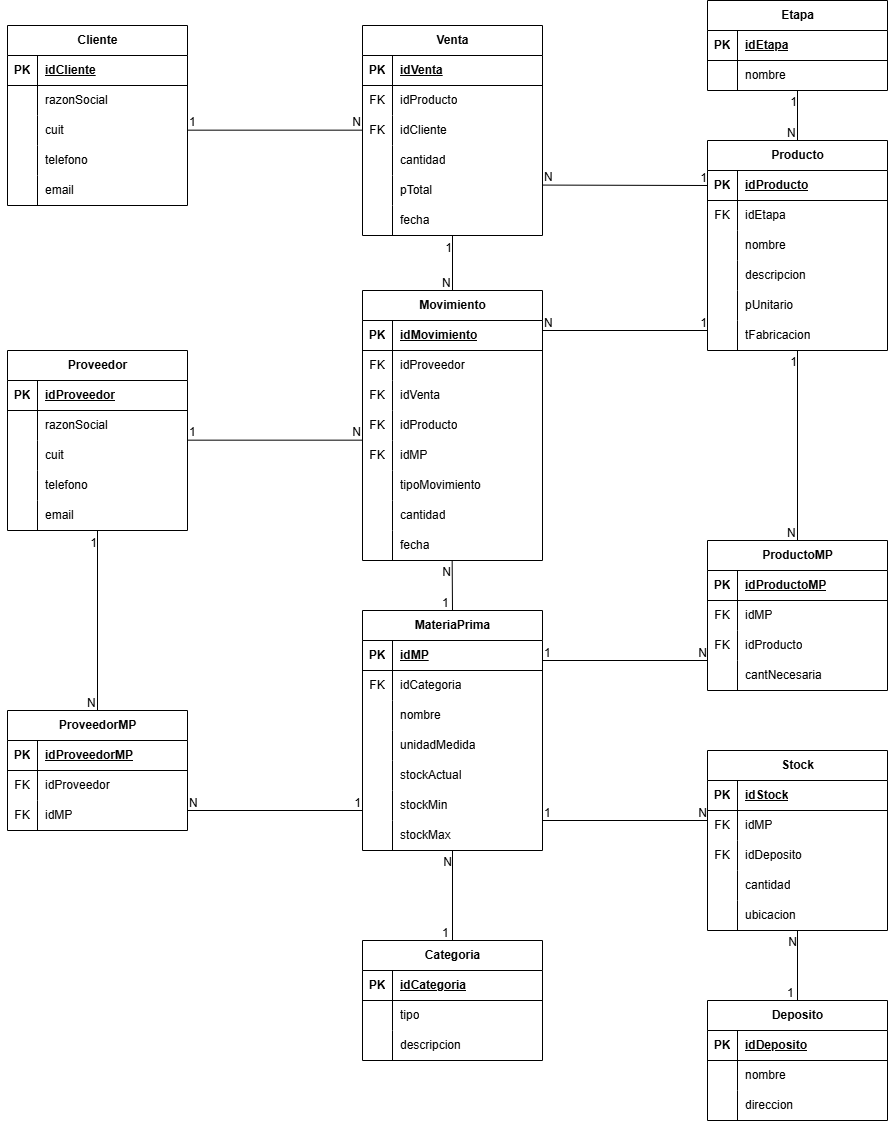
This is diagramas/modelo_logico.png from FacundoMuruchi/BD-Fabrica-Metalurgica, a draw.io export, as it was before one commit. Source tidied: cells renumbered, new cells last; positions are measured from the earlier drawing's top-left corner, leaving out a move shared by most shapes.
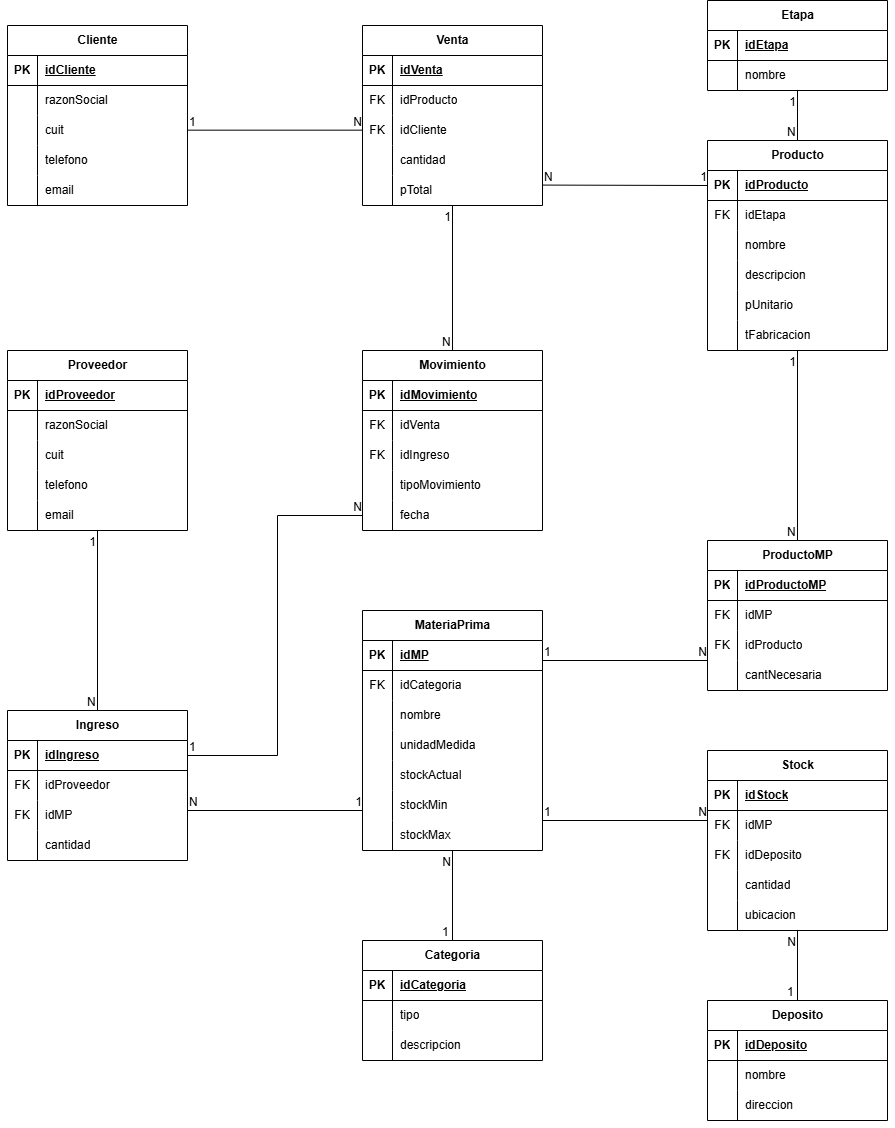
Later version of the same file.

Change to the diagram source:
```diff
@@ -176,8 +176,8 @@
     <mxCell id="59" value="direccion" style="shape=partialRectangle;fillColor=none;top=0;left=0;bottom=0;right=0;align=left;spacingLeft=6;overflow=hidden;whiteSpace=wrap;html=1;strokeWidth=11;" parent="57" vertex="1">
       <mxGeometry x="30" width="150" height="30" as="geometry" />
     </mxCell>
-    <mxCell id="60" value="ProveedorMP" style="shape=table;startSize=30;rowLines=0;fontStyle=1;align=center;html=1;" parent="1" vertex="1">
-      <mxGeometry y="710" width="180" height="120" as="geometry" />
+    <mxCell id="60" value="Ingreso" style="shape=table;startSize=30;rowLines=0;fontStyle=1;align=center;html=1;" parent="1" vertex="1">
+      <mxGeometry y="710" width="180" height="150" as="geometry" />
     </mxCell>
     <mxCell id="61" style="shape=tableRow;horizontal=0;startSize=0;swimlaneHead=0;swimlaneBody=0;fillColor=none;points=[[0,0.5],[1,0.5]];portConstraint=eastwest;top=0;left=0;right=0;bottom=1;" parent="60" vertex="1">
       <mxGeometry y="30" width="180" height="30" as="geometry" />
@@ -185,7 +185,7 @@
     <mxCell id="62" value="PK" style="shape=partialRectangle;fillColor=none;top=0;left=0;bottom=0;right=0;fontStyle=1;overflow=hidden;whiteSpace=wrap;html=1;" parent="61" vertex="1">
       <mxGeometry width="30" height="30" as="geometry" />
     </mxCell>
-    <mxCell id="63" value="idProveedorMP" style="shape=partialRectangle;fillColor=none;top=0;left=0;bottom=0;right=0;align=left;spacingLeft=6;fontStyle=5;overflow=hidden;whiteSpace=wrap;html=1;" parent="61" vertex="1">
+    <mxCell id="63" value="idIngreso" style="shape=partialRectangle;fillColor=none;top=0;left=0;bottom=0;right=0;align=left;spacingLeft=6;fontStyle=5;overflow=hidden;whiteSpace=wrap;html=1;" parent="61" vertex="1">
       <mxGeometry x="30" width="150" height="30" as="geometry" />
     </mxCell>
     <mxCell id="64" style="shape=tableRow;horizontal=0;startSize=0;swimlaneHead=0;swimlaneBody=0;fillColor=none;top=0;left=0;right=0;bottom=0;" parent="60" vertex="1">
@@ -206,6 +206,15 @@
     <mxCell id="69" value="idMP" style="shape=partialRectangle;fillColor=none;top=0;left=0;bottom=0;right=0;align=left;spacingLeft=6;overflow=hidden;whiteSpace=wrap;html=1;strokeWidth=11;" parent="67" vertex="1">
       <mxGeometry x="30" width="150" height="30" as="geometry" />
     </mxCell>
+    <mxCell id="227" style="shape=tableRow;horizontal=0;startSize=0;swimlaneHead=0;swimlaneBody=0;fillColor=none;top=0;left=0;right=0;bottom=0;strokeWidth=15;swimlaneFillColor=none;strokeColor=default;perimeterSpacing=12;dashed=1;dashPattern=8 8;" parent="60" vertex="1">
+      <mxGeometry y="120" width="180" height="30" as="geometry" />
+    </mxCell>
+    <mxCell id="228" style="shape=partialRectangle;fillColor=none;top=0;left=0;bottom=0;right=0;overflow=hidden;whiteSpace=wrap;html=1;" parent="227" vertex="1">
+      <mxGeometry width="30" height="30" as="geometry" />
+    </mxCell>
+    <mxCell id="184" value="cantidad" style="shape=partialRectangle;fillColor=none;top=0;left=0;bottom=0;right=0;align=left;spacingLeft=6;overflow=hidden;whiteSpace=wrap;html=1;strokeWidth=11;" parent="227" vertex="1">
+      <mxGeometry x="30" width="150" height="30" as="geometry" />
+    </mxCell>
     <mxCell id="70" value="Stock" style="shape=table;startSize=30;rowLines=0;fontStyle=1;align=center;html=1;" parent="1" vertex="1">
       <mxGeometry x="700" y="750" width="180" height="180" as="geometry" />
     </mxCell>
@@ -432,7 +441,7 @@
       <mxGeometry x="30" width="150" height="30" as="geometry" />
     </mxCell>
     <mxCell id="144" value="Venta" style="shape=table;startSize=30;rowLines=0;fontStyle=1;align=center;html=1;" parent="1" vertex="1">
-      <mxGeometry x="355" y="25" width="180" height="210" as="geometry" />
+      <mxGeometry x="355" y="25" width="180" height="180" as="geometry" />
     </mxCell>
     <mxCell id="145" style="shape=tableRow;horizontal=0;startSize=0;swimlaneHead=0;swimlaneBody=0;fillColor=none;top=0;left=0;right=0;bottom=1;" parent="144" vertex="1">
       <mxGeometry y="30" width="180" height="30" as="geometry" />
@@ -479,17 +488,8 @@
     <mxCell id="159" value="pTotal" style="shape=partialRectangle;fillColor=none;top=0;left=0;bottom=0;right=0;align=left;spacingLeft=6;overflow=hidden;whiteSpace=wrap;html=1;" parent="157" vertex="1">
       <mxGeometry x="30" width="150" height="30" as="geometry" />
     </mxCell>
-    <mxCell id="160" style="shape=tableRow;horizontal=0;startSize=0;swimlaneHead=0;swimlaneBody=0;fillColor=none;points=[[0,0.5],[1,0.5]];portConstraint=eastwest;top=0;left=0;right=0;bottom=0;" parent="144" vertex="1">
-      <mxGeometry y="180" width="180" height="30" as="geometry" />
-    </mxCell>
-    <mxCell id="161" style="shape=partialRectangle;fillColor=none;top=0;left=0;bottom=0;right=0;overflow=hidden;whiteSpace=wrap;html=1;" parent="160" vertex="1">
-      <mxGeometry width="30" height="30" as="geometry" />
-    </mxCell>
-    <mxCell id="162" value="fecha" style="shape=partialRectangle;fillColor=none;top=0;left=0;bottom=0;right=0;align=left;spacingLeft=6;overflow=hidden;whiteSpace=wrap;html=1;" parent="160" vertex="1">
-      <mxGeometry x="30" width="150" height="30" as="geometry" />
-    </mxCell>
     <mxCell id="163" value="Movimiento" style="shape=table;startSize=30;rowLines=0;fontStyle=1;align=center;html=1;" parent="1" vertex="1">
-      <mxGeometry x="355" y="290" width="180" height="270" as="geometry" />
+      <mxGeometry x="355" y="350" width="180" height="180" as="geometry" />
     </mxCell>
     <mxCell id="164" style="shape=tableRow;horizontal=0;startSize=0;swimlaneHead=0;swimlaneBody=0;fillColor=none;top=0;left=0;right=0;bottom=1;" parent="163" vertex="1">
       <mxGeometry y="30" width="180" height="30" as="geometry" />
@@ -500,17 +500,8 @@
     <mxCell id="166" value="idMovimiento" style="shape=partialRectangle;fillColor=none;top=0;left=0;bottom=0;right=0;align=left;spacingLeft=6;fontStyle=5;overflow=hidden;whiteSpace=wrap;html=1;" parent="164" vertex="1">
       <mxGeometry x="30" width="150" height="30" as="geometry" />
     </mxCell>
-    <mxCell id="167" style="shape=tableRow;horizontal=0;startSize=0;swimlaneHead=0;swimlaneBody=0;fillColor=none;top=0;left=0;right=0;bottom=0;" parent="163" vertex="1">
-      <mxGeometry y="60" width="180" height="30" as="geometry" />
-    </mxCell>
-    <mxCell id="168" value="FK" style="shape=partialRectangle;fillColor=none;top=0;left=0;bottom=0;right=0;overflow=hidden;whiteSpace=wrap;html=1;" parent="167" vertex="1">
-      <mxGeometry width="30" height="30" as="geometry" />
-    </mxCell>
-    <mxCell id="169" value="idProveedor" style="shape=partialRectangle;fillColor=none;top=0;left=0;bottom=0;right=0;align=left;spacingLeft=6;overflow=hidden;whiteSpace=wrap;html=1;" parent="167" vertex="1">
-      <mxGeometry x="30" width="150" height="30" as="geometry" />
-    </mxCell>
     <mxCell id="170" style="shape=tableRow;horizontal=0;startSize=0;swimlaneHead=0;swimlaneBody=0;fillColor=none;top=0;left=0;right=0;bottom=0;strokeWidth=15;swimlaneFillColor=none;strokeColor=default;perimeterSpacing=12;dashed=1;dashPattern=8 8;" parent="163" vertex="1">
-      <mxGeometry y="90" width="180" height="30" as="geometry" />
+      <mxGeometry y="60" width="180" height="30" as="geometry" />
     </mxCell>
     <mxCell id="171" value="FK" style="shape=partialRectangle;fillColor=none;top=0;left=0;bottom=0;right=0;overflow=hidden;whiteSpace=wrap;html=1;" parent="170" vertex="1">
       <mxGeometry width="30" height="30" as="geometry" />
@@ -518,26 +509,17 @@
     <mxCell id="172" value="idVenta" style="shape=partialRectangle;fillColor=none;top=0;left=0;bottom=0;right=0;align=left;spacingLeft=6;overflow=hidden;whiteSpace=wrap;html=1;strokeWidth=11;" parent="170" vertex="1">
       <mxGeometry x="30" width="150" height="30" as="geometry" />
     </mxCell>
-    <mxCell id="173" style="shape=tableRow;horizontal=0;startSize=0;swimlaneHead=0;swimlaneBody=0;fillColor=none;top=0;left=0;right=0;bottom=0;" parent="163" vertex="1">
-      <mxGeometry y="120" width="180" height="30" as="geometry" />
-    </mxCell>
-    <mxCell id="174" value="FK" style="shape=partialRectangle;fillColor=none;top=0;left=0;bottom=0;right=0;overflow=hidden;whiteSpace=wrap;html=1;" parent="173" vertex="1">
-      <mxGeometry width="30" height="30" as="geometry" />
-    </mxCell>
-    <mxCell id="175" value="idProducto" style="shape=partialRectangle;fillColor=none;top=0;left=0;bottom=0;right=0;align=left;spacingLeft=6;overflow=hidden;whiteSpace=wrap;html=1;" parent="173" vertex="1">
-      <mxGeometry x="30" width="150" height="30" as="geometry" />
-    </mxCell>
     <mxCell id="176" style="shape=tableRow;horizontal=0;startSize=0;swimlaneHead=0;swimlaneBody=0;fillColor=none;top=0;left=0;right=0;bottom=0;" parent="163" vertex="1">
-      <mxGeometry y="150" width="180" height="30" as="geometry" />
+      <mxGeometry y="90" width="180" height="30" as="geometry" />
     </mxCell>
     <mxCell id="177" value="FK" style="shape=partialRectangle;fillColor=none;top=0;left=0;bottom=0;right=0;overflow=hidden;whiteSpace=wrap;html=1;" parent="176" vertex="1">
       <mxGeometry width="30" height="30" as="geometry" />
     </mxCell>
-    <mxCell id="178" value="idMP" style="shape=partialRectangle;fillColor=none;top=0;left=0;bottom=0;right=0;align=left;spacingLeft=6;overflow=hidden;whiteSpace=wrap;html=1;" parent="176" vertex="1">
+    <mxCell id="178" value="idIngreso" style="shape=partialRectangle;fillColor=none;top=0;left=0;bottom=0;right=0;align=left;spacingLeft=6;overflow=hidden;whiteSpace=wrap;html=1;" parent="176" vertex="1">
       <mxGeometry x="30" width="150" height="30" as="geometry" />
     </mxCell>
     <mxCell id="179" style="shape=tableRow;horizontal=0;startSize=0;swimlaneHead=0;swimlaneBody=0;fillColor=none;top=0;left=0;right=0;bottom=0;" parent="163" vertex="1">
-      <mxGeometry y="180" width="180" height="30" as="geometry" />
+      <mxGeometry y="120" width="180" height="30" as="geometry" />
     </mxCell>
     <mxCell id="180" style="shape=partialRectangle;fillColor=none;top=0;left=0;bottom=0;right=0;overflow=hidden;whiteSpace=wrap;html=1;" parent="179" vertex="1">
       <mxGeometry width="30" height="30" as="geometry" />
@@ -545,17 +527,8 @@
     <mxCell id="181" value="tipoMovimiento" style="shape=partialRectangle;fillColor=none;top=0;left=0;bottom=0;right=0;align=left;spacingLeft=6;overflow=hidden;whiteSpace=wrap;html=1;" parent="179" vertex="1">
       <mxGeometry x="30" width="150" height="30" as="geometry" />
     </mxCell>
-    <mxCell id="182" style="shape=tableRow;horizontal=0;startSize=0;swimlaneHead=0;swimlaneBody=0;fillColor=none;top=0;left=0;right=0;bottom=0;" parent="163" vertex="1">
-      <mxGeometry y="210" width="180" height="30" as="geometry" />
-    </mxCell>
-    <mxCell id="183" style="shape=partialRectangle;fillColor=none;top=0;left=0;bottom=0;right=0;overflow=hidden;whiteSpace=wrap;html=1;" parent="182" vertex="1">
-      <mxGeometry width="30" height="30" as="geometry" />
-    </mxCell>
-    <mxCell id="184" value="cantidad" style="shape=partialRectangle;fillColor=none;top=0;left=0;bottom=0;right=0;align=left;spacingLeft=6;overflow=hidden;whiteSpace=wrap;html=1;" parent="182" vertex="1">
-      <mxGeometry x="30" width="150" height="30" as="geometry" />
-    </mxCell>
     <mxCell id="185" style="shape=tableRow;horizontal=0;startSize=0;swimlaneHead=0;swimlaneBody=0;fillColor=none;points=[[0,0.5],[1,0.5]];portConstraint=eastwest;top=0;left=0;right=0;bottom=0;" parent="163" vertex="1">
-      <mxGeometry y="240" width="180" height="30" as="geometry" />
+      <mxGeometry y="150" width="180" height="30" as="geometry" />
     </mxCell>
     <mxCell id="186" style="shape=partialRectangle;fillColor=none;top=0;left=0;bottom=0;right=0;overflow=hidden;whiteSpace=wrap;html=1;" parent="185" vertex="1">
       <mxGeometry width="30" height="30" as="geometry" />
@@ -585,7 +558,7 @@
         <mxPoint y="20" as="offset" />
       </mxGeometry>
     </mxCell>
-    <mxCell id="194" style="endArrow=none;html=1;rounded=0;exitX=0.5;exitY=0;exitDx=0;exitDy=0;" parent="1" edge="1" source="163" target="160">
+    <mxCell id="194" style="endArrow=none;html=1;rounded=0;exitX=0.5;exitY=0;exitDx=0;exitDy=0;" parent="1" edge="1" source="163" target="157">
       <mxGeometry relative="1" as="geometry" />
     </mxCell>
     <mxCell id="195" value="N" style="html=1;whiteSpace=wrap;align=left;verticalAlign=bottom;" parent="194" vertex="1">
@@ -598,45 +571,6 @@
         <mxPoint y="20" as="offset" />
       </mxGeometry>
     </mxCell>
-    <mxCell id="197" style="endArrow=none;html=1;rounded=0;exitX=0.5;exitY=0;exitDx=0;exitDy=0;" parent="1" edge="1" source="18">
-      <mxGeometry relative="1" as="geometry">
-        <mxPoint x="444.7" y="560" as="targetPoint" />
-      </mxGeometry>
-    </mxCell>
-    <mxCell id="198" value="1" style="html=1;whiteSpace=wrap;align=left;verticalAlign=bottom;" parent="197" vertex="1">
-      <mxGeometry x="-1" relative="1" as="geometry">
-        <mxPoint x="-12" as="offset" />
-      </mxGeometry>
-    </mxCell>
-    <mxCell id="199" value="N" style="html=1;whiteSpace=wrap;align=right;verticalAlign=bottom;" parent="197" vertex="1">
-      <mxGeometry x="1" relative="1" as="geometry">
-        <mxPoint y="20" as="offset" />
-      </mxGeometry>
-    </mxCell>
-    <mxCell id="200" style="endArrow=none;html=1;rounded=0;entryX=0;entryY=0.5;entryDx=0;entryDy=0;exitX=1;exitY=0.5;exitDx=0;exitDy=0;" parent="1" edge="1">
-      <mxGeometry relative="1" as="geometry">
-        <mxPoint x="180" y="439.7" as="sourcePoint" />
-        <mxPoint x="355" y="439.7" as="targetPoint" />
-      </mxGeometry>
-    </mxCell>
-    <mxCell id="201" value="1" style="html=1;whiteSpace=wrap;align=left;verticalAlign=bottom;" parent="200" vertex="1">
-      <mxGeometry x="-1" relative="1" as="geometry" />
-    </mxCell>
-    <mxCell id="202" value="N" style="html=1;whiteSpace=wrap;align=right;verticalAlign=bottom;" parent="200" vertex="1">
-      <mxGeometry x="1" relative="1" as="geometry" />
-    </mxCell>
-    <mxCell id="203" style="endArrow=none;html=1;rounded=0;entryX=0;entryY=0.5;entryDx=0;entryDy=0;exitX=0.999;exitY=0.319;exitDx=0;exitDy=0;exitPerimeter=0;" parent="1" edge="1">
-      <mxGeometry relative="1" as="geometry">
-        <mxPoint x="535" y="330" as="sourcePoint" />
-        <mxPoint x="700" y="330" as="targetPoint" />
-      </mxGeometry>
-    </mxCell>
-    <mxCell id="204" value="N" style="html=1;whiteSpace=wrap;align=left;verticalAlign=bottom;" parent="203" vertex="1">
-      <mxGeometry x="-1" relative="1" as="geometry" />
-    </mxCell>
-    <mxCell id="205" value="1" style="html=1;whiteSpace=wrap;align=right;verticalAlign=bottom;" parent="203" vertex="1">
-      <mxGeometry x="1" relative="1" as="geometry" />
-    </mxCell>
     <mxCell id="206" style="endArrow=none;html=1;rounded=0;exitX=0.5;exitY=0;exitDx=0;exitDy=0;" parent="1" edge="1" source="40" target="37">
       <mxGeometry relative="1" as="geometry" />
     </mxCell>
@@ -727,5 +661,19 @@
         <mxPoint y="20" as="offset" />
       </mxGeometry>
     </mxCell>
+    <mxCell id="229" style="endArrow=none;html=1;rounded=0;entryX=0;entryY=0.5;entryDx=0;entryDy=0;exitX=1;exitY=0.5;exitDx=0;exitDy=0;" parent="1" edge="1" source="61" target="185">
+      <mxGeometry relative="1" as="geometry">
+        <Array as="points">
+          <mxPoint x="270" y="755" />
+          <mxPoint x="270" y="515" />
+        </Array>
+      </mxGeometry>
+    </mxCell>
+    <mxCell id="230" value="1" style="html=1;whiteSpace=wrap;align=left;verticalAlign=bottom;" parent="229" vertex="1">
+      <mxGeometry x="-1" relative="1" as="geometry" />
+    </mxCell>
+    <mxCell id="231" value="N" style="html=1;whiteSpace=wrap;align=right;verticalAlign=bottom;" parent="229" vertex="1">
+      <mxGeometry x="1" relative="1" as="geometry" />
+    </mxCell>
   </root>
 </mxGraphModel>
```
